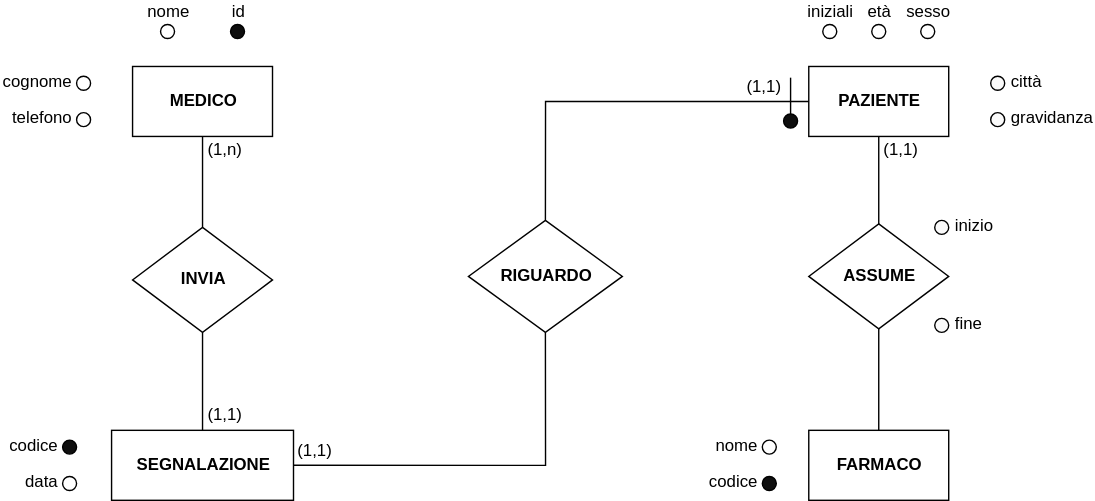
Above: schematics/er-diagram.svg in MatteoCarnelos/DB-SEA (draw.io), before the change. Source tidied: cells renumbered, new cells last; positions are measured from the earlier drawing's top-left corner, leaving out a move shared by most shapes.
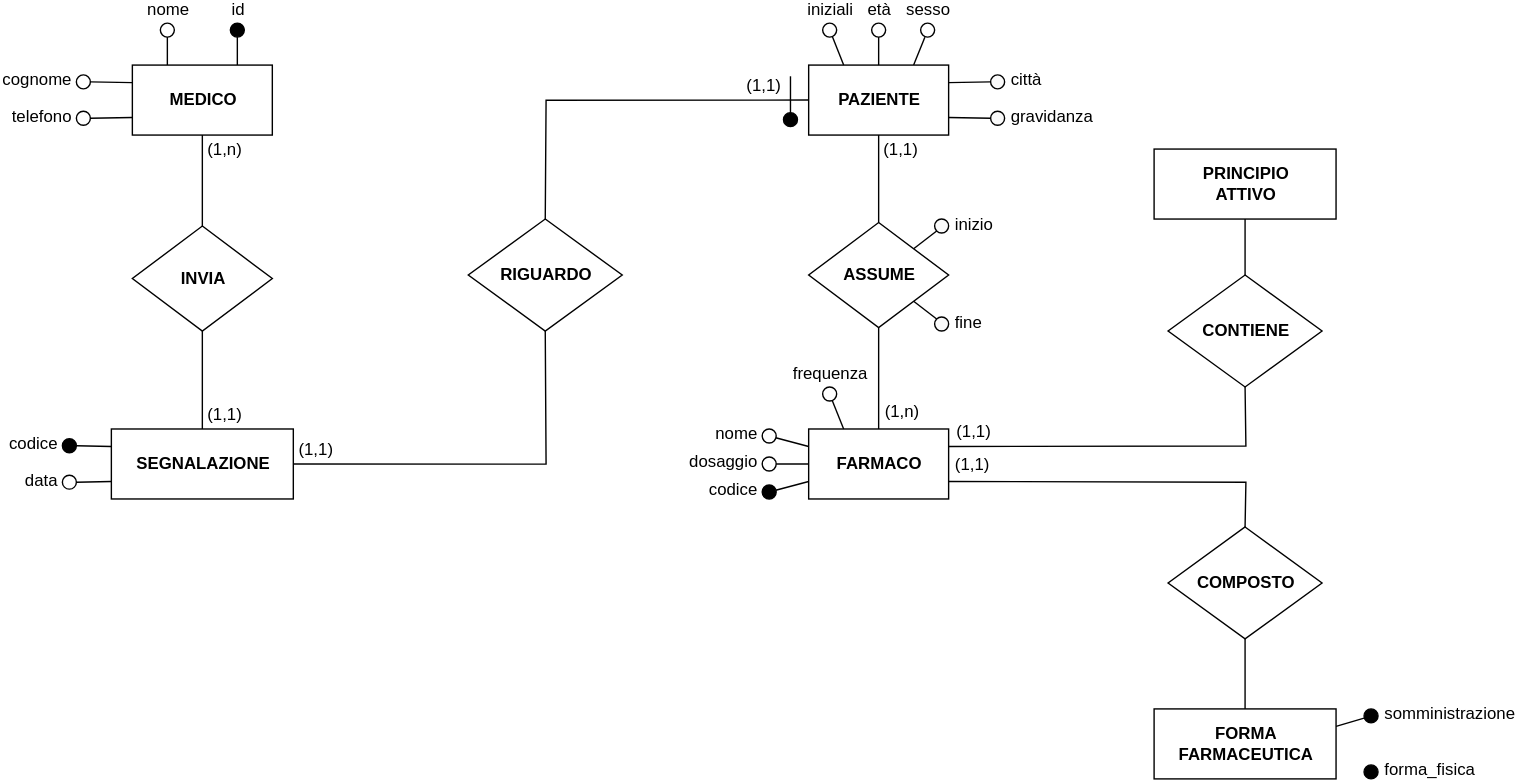
Later version of the same file.

The edit, as a diff of the source:
```diff
@@ -2,10 +2,22 @@
   <root>
     <mxCell id="0" />
     <mxCell id="1" parent="0" />
+    <mxCell id="37" style="rounded=0;comic=0;jumpStyle=none;jumpSize=6;jettySize=auto;html=1;exitX=0.75;exitY=0;exitDx=0;exitDy=0;entryX=0.5;entryY=1;entryDx=0;entryDy=0;endArrow=none;endFill=0;" parent="1" edge="1" source="2" target="3">
+      <mxGeometry relative="1" as="geometry" />
+    </mxCell>
+    <mxCell id="38" style="edgeStyle=none;rounded=0;comic=0;jumpStyle=none;jumpSize=6;jettySize=auto;html=1;exitX=0.25;exitY=0;exitDx=0;exitDy=0;entryX=0.5;entryY=1;entryDx=0;entryDy=0;endArrow=none;endFill=0;" parent="1" edge="1" source="2" target="4">
+      <mxGeometry relative="1" as="geometry" />
+    </mxCell>
+    <mxCell id="39" style="edgeStyle=none;rounded=0;comic=0;jumpStyle=none;jumpSize=6;jettySize=auto;html=1;exitX=0;exitY=0.25;exitDx=0;exitDy=0;entryX=1;entryY=0.5;entryDx=0;entryDy=0;endArrow=none;endFill=0;" parent="1" edge="1" source="2" target="5">
+      <mxGeometry relative="1" as="geometry" />
+    </mxCell>
+    <mxCell id="40" style="edgeStyle=none;rounded=0;comic=0;jumpStyle=none;jumpSize=6;jettySize=auto;html=1;exitX=0;exitY=0.75;exitDx=0;exitDy=0;entryX=1;entryY=0.5;entryDx=0;entryDy=0;endArrow=none;endFill=0;" parent="1" edge="1" source="2" target="6">
+      <mxGeometry relative="1" as="geometry" />
+    </mxCell>
     <mxCell id="2" value="&lt;b&gt;MEDICO&lt;br&gt;&lt;/b&gt;" style="whiteSpace=wrap;html=1;align=center;" parent="1" vertex="1">
       <mxGeometry x="50" y="30" width="100" height="50" as="geometry" />
     </mxCell>
-    <mxCell id="3" value="id" style="ellipse;whiteSpace=wrap;html=1;fillColor=#0D0D0D;labelPosition=center;verticalLabelPosition=top;align=center;verticalAlign=bottom;" parent="1" vertex="1">
+    <mxCell id="3" value="id" style="ellipse;whiteSpace=wrap;html=1;fillColor=#000000;labelPosition=center;verticalLabelPosition=top;align=center;verticalAlign=bottom;" parent="1" vertex="1">
       <mxGeometry x="120" width="10" height="10" as="geometry" />
     </mxCell>
     <mxCell id="4" value="nome" style="ellipse;whiteSpace=wrap;html=1;fillColor=#ffffff;labelPosition=center;verticalLabelPosition=top;align=center;verticalAlign=bottom;spacing=2;" parent="1" vertex="1">
@@ -17,7 +29,7 @@
     <mxCell id="6" value="telefono" style="ellipse;whiteSpace=wrap;html=1;fillColor=#ffffff;textDirection=ltr;align=right;labelPosition=left;verticalLabelPosition=middle;verticalAlign=middle;spacing=5;spacingBottom=2;" parent="1" vertex="1">
       <mxGeometry x="10" y="63" width="10" height="10" as="geometry" />
     </mxCell>
-    <mxCell id="7" style="edgeStyle=orthogonalEdgeStyle;rounded=0;jettySize=auto;html=1;exitX=0.5;exitY=0;exitDx=0;exitDy=0;entryX=0.5;entryY=1;entryDx=0;entryDy=0;endArrow=none;endFill=0;spacing=2;spacingTop=0;labelPosition=center;verticalLabelPosition=middle;align=center;verticalAlign=middle;" parent="1" edge="1" source="11" target="2">
+    <mxCell id="7" style="rounded=0;jettySize=auto;html=1;exitX=0.5;exitY=0;exitDx=0;exitDy=0;entryX=0.5;entryY=1;entryDx=0;entryDy=0;endArrow=none;endFill=0;spacing=2;spacingTop=0;labelPosition=center;verticalLabelPosition=middle;align=center;verticalAlign=middle;edgeStyle=orthogonalEdgeStyle;" parent="1" edge="1" source="11" target="2">
       <mxGeometry relative="1" as="geometry" />
     </mxCell>
     <mxCell id="8" value="(1,n)" style="text;html=1;align=left;verticalAlign=middle;labelBackgroundColor=#ffffff;labelPosition=right;verticalLabelPosition=middle;horizontal=1;spacingRight=0;spacing=4;" parent="7" vertex="1">
@@ -44,10 +56,16 @@
         <mxPoint x="-42.6" y="-2" as="offset" />
       </mxGeometry>
     </mxCell>
+    <mxCell id="41" style="rounded=0;comic=0;jumpStyle=none;jumpSize=6;jettySize=auto;html=1;exitX=0;exitY=0.25;exitDx=0;exitDy=0;entryX=1;entryY=0.5;entryDx=0;entryDy=0;endArrow=none;endFill=0;" parent="1" edge="1" source="14" target="15">
+      <mxGeometry relative="1" as="geometry" />
+    </mxCell>
+    <mxCell id="42" style="edgeStyle=none;rounded=0;comic=0;jumpStyle=none;jumpSize=6;jettySize=auto;html=1;exitX=0;exitY=0.75;exitDx=0;exitDy=0;entryX=1;entryY=0.5;entryDx=0;entryDy=0;endArrow=none;endFill=0;" parent="1" edge="1" source="14" target="16">
+      <mxGeometry relative="1" as="geometry" />
+    </mxCell>
     <mxCell id="14" value="&lt;b&gt;SEGNALAZIONE&lt;br&gt;&lt;/b&gt;" style="whiteSpace=wrap;html=1;align=center;" parent="1" vertex="1">
       <mxGeometry x="35" y="290" width="130" height="50" as="geometry" />
     </mxCell>
-    <mxCell id="15" value="codice" style="ellipse;whiteSpace=wrap;html=1;fillColor=#0F0F0F;textDirection=ltr;align=right;labelPosition=left;verticalLabelPosition=middle;verticalAlign=middle;spacing=5;spacingBottom=2;" parent="1" vertex="1">
+    <mxCell id="15" value="codice" style="ellipse;whiteSpace=wrap;html=1;fillColor=#000000;textDirection=ltr;align=right;labelPosition=left;verticalLabelPosition=middle;verticalAlign=middle;spacing=5;spacingBottom=2;" parent="1" vertex="1">
       <mxGeometry y="297" width="10" height="10" as="geometry" />
     </mxCell>
     <mxCell id="16" value="data" style="ellipse;whiteSpace=wrap;html=1;fillColor=#ffffff;textDirection=ltr;align=right;labelPosition=left;verticalLabelPosition=middle;verticalAlign=middle;spacing=5;spacingBottom=2;" parent="1" vertex="1">
@@ -64,6 +82,9 @@
     <mxCell id="19" value="RIGUARDO" style="rhombus;whiteSpace=wrap;html=1;fillColor=#ffffff;fontStyle=1;" parent="1" vertex="1">
       <mxGeometry x="290" y="140" width="110" height="80" as="geometry" />
     </mxCell>
+    <mxCell id="43" style="edgeStyle=none;rounded=0;comic=0;jumpStyle=none;jumpSize=6;jettySize=auto;html=1;exitX=0.75;exitY=0;exitDx=0;exitDy=0;entryX=0.302;entryY=1.013;entryDx=0;entryDy=0;endArrow=none;endFill=0;entryPerimeter=0;" parent="1" edge="1" source="20" target="24">
+      <mxGeometry relative="1" as="geometry" />
+    </mxCell>
     <mxCell id="20" value="&lt;b&gt;PAZIENTE&lt;/b&gt;" style="rounded=0;whiteSpace=wrap;html=1;fillColor=#ffffff;" parent="1" vertex="1">
       <mxGeometry x="533.2" y="30" width="100" height="50" as="geometry" />
     </mxCell>
@@ -72,21 +93,33 @@
         <mxPoint x="520.2" y="38" as="targetPoint" />
       </mxGeometry>
     </mxCell>
-    <mxCell id="22" style="ellipse;whiteSpace=wrap;html=1;fillColor=#0D0D0D;" parent="1" vertex="1">
+    <mxCell id="22" style="ellipse;whiteSpace=wrap;html=1;fillColor=#000000;" parent="1" vertex="1">
       <mxGeometry x="515.2" y="64" width="10" height="10" as="geometry" />
     </mxCell>
+    <mxCell id="44" style="edgeStyle=none;rounded=0;comic=0;jumpStyle=none;jumpSize=6;jettySize=auto;html=1;exitX=0.698;exitY=0.972;exitDx=0;exitDy=0;entryX=0.25;entryY=0;entryDx=0;entryDy=0;endArrow=none;endFill=0;exitPerimeter=0;" parent="1" edge="1" source="23" target="20">
+      <mxGeometry relative="1" as="geometry" />
+    </mxCell>
     <mxCell id="23" value="iniziali" style="ellipse;whiteSpace=wrap;html=1;fillColor=#ffffff;labelPosition=center;verticalLabelPosition=top;align=center;verticalAlign=bottom;spacing=2;" parent="1" vertex="1">
       <mxGeometry x="543.2" width="10" height="10" as="geometry" />
     </mxCell>
     <mxCell id="24" value="sesso" style="ellipse;whiteSpace=wrap;html=1;fillColor=#ffffff;labelPosition=center;verticalLabelPosition=top;align=center;verticalAlign=bottom;spacing=2;" parent="1" vertex="1">
       <mxGeometry x="613.2" width="10" height="10" as="geometry" />
     </mxCell>
+    <mxCell id="45" style="edgeStyle=none;rounded=0;comic=0;jumpStyle=none;jumpSize=6;jettySize=auto;html=1;exitX=0;exitY=0.5;exitDx=0;exitDy=0;entryX=1;entryY=0.25;entryDx=0;entryDy=0;endArrow=none;endFill=0;" parent="1" edge="1" source="25" target="20">
+      <mxGeometry relative="1" as="geometry" />
+    </mxCell>
     <mxCell id="25" value="città" style="ellipse;whiteSpace=wrap;html=1;fillColor=#FAFAFA;labelPosition=right;verticalLabelPosition=middle;align=left;verticalAlign=middle;spacing=5;spacingBottom=2;" parent="1" vertex="1">
       <mxGeometry x="663.2" y="37" width="10" height="10" as="geometry" />
     </mxCell>
+    <mxCell id="46" style="edgeStyle=none;rounded=0;comic=0;jumpStyle=none;jumpSize=6;jettySize=auto;html=1;exitX=0;exitY=0.5;exitDx=0;exitDy=0;entryX=1;entryY=0.75;entryDx=0;entryDy=0;endArrow=none;endFill=0;" parent="1" edge="1" source="26" target="20">
+      <mxGeometry relative="1" as="geometry" />
+    </mxCell>
     <mxCell id="26" value="gravidanza" style="ellipse;whiteSpace=wrap;html=1;fillColor=#FAFAFA;spacingBottom=2;labelPosition=right;verticalLabelPosition=middle;align=left;verticalAlign=middle;spacing=5;" parent="1" vertex="1">
       <mxGeometry x="663.2" y="63" width="10" height="10" as="geometry" />
     </mxCell>
+    <mxCell id="47" style="edgeStyle=none;rounded=0;comic=0;jumpStyle=none;jumpSize=6;jettySize=auto;html=1;exitX=0.5;exitY=1;exitDx=0;exitDy=0;entryX=0.5;entryY=0;entryDx=0;entryDy=0;endArrow=none;endFill=0;" parent="1" edge="1" source="27" target="20">
+      <mxGeometry relative="1" as="geometry" />
+    </mxCell>
     <mxCell id="27" value="età" style="ellipse;whiteSpace=wrap;html=1;fillColor=#ffffff;labelPosition=center;verticalLabelPosition=top;align=center;verticalAlign=bottom;spacing=2;" parent="1" vertex="1">
       <mxGeometry x="578.2" width="10" height="10" as="geometry" />
     </mxCell>
@@ -101,6 +134,15 @@
     <mxCell id="30" style="edgeStyle=orthogonalEdgeStyle;rounded=0;jettySize=auto;html=1;exitX=0.5;exitY=1;exitDx=0;exitDy=0;entryX=0.5;entryY=0;entryDx=0;entryDy=0;endArrow=none;endFill=0;" parent="1" edge="1" source="31" target="34">
       <mxGeometry relative="1" as="geometry" />
     </mxCell>
+    <mxCell id="48" value="(1,n)" style="text;html=1;align=left;verticalAlign=middle;labelBackgroundColor=#ffffff;labelPosition=right;verticalLabelPosition=middle;spacing=4;" parent="30" vertex="1">
+      <mxGeometry x="0.65" y="1" relative="1" as="geometry" />
+    </mxCell>
+    <mxCell id="49" style="edgeStyle=none;rounded=0;comic=0;jumpStyle=none;jumpSize=6;jettySize=auto;html=1;exitX=1;exitY=0;exitDx=0;exitDy=0;entryX=0;entryY=1;entryDx=0;entryDy=0;endArrow=none;endFill=0;" parent="1" edge="1" source="31" target="32">
+      <mxGeometry relative="1" as="geometry" />
+    </mxCell>
+    <mxCell id="50" style="edgeStyle=none;rounded=0;comic=0;jumpStyle=none;jumpSize=6;jettySize=auto;html=1;exitX=1;exitY=1;exitDx=0;exitDy=0;entryX=0;entryY=0;entryDx=0;entryDy=0;endArrow=none;endFill=0;" parent="1" edge="1" source="31" target="33">
+      <mxGeometry relative="1" as="geometry" />
+    </mxCell>
     <mxCell id="31" value="&lt;b&gt;ASSUME&lt;/b&gt;" style="rhombus;whiteSpace=wrap;html=1;" parent="1" vertex="1">
       <mxGeometry x="533.2" y="142.5" width="100" height="75" as="geometry" />
     </mxCell>
@@ -110,14 +152,75 @@
     <mxCell id="33" value="fine" style="ellipse;whiteSpace=wrap;html=1;fillColor=#FAFAFA;labelPosition=right;verticalLabelPosition=middle;align=left;verticalAlign=middle;spacing=5;spacingBottom=2;" parent="1" vertex="1">
       <mxGeometry x="623.2" y="210" width="10" height="10" as="geometry" />
     </mxCell>
+    <mxCell id="51" style="edgeStyle=orthogonalEdgeStyle;rounded=0;comic=0;jumpStyle=none;jumpSize=6;jettySize=auto;html=1;exitX=1;exitY=0.25;exitDx=0;exitDy=0;entryX=0.5;entryY=1;entryDx=0;entryDy=0;endArrow=none;endFill=0;" parent="1" edge="1" source="34" target="63">
+      <mxGeometry relative="1" as="geometry" />
+    </mxCell>
+    <mxCell id="52" value="(1,1)" style="text;html=1;align=center;verticalAlign=bottom;labelBackgroundColor=#ffffff;labelPosition=center;verticalLabelPosition=top;spacing=4;" parent="51" vertex="1">
+      <mxGeometry x="-0.75" y="-2" relative="1" as="geometry">
+        <mxPoint x="-14.6" y="-2.5" as="offset" />
+      </mxGeometry>
+    </mxCell>
+    <mxCell id="53" style="edgeStyle=orthogonalEdgeStyle;rounded=0;comic=0;jumpStyle=none;jumpSize=6;jettySize=auto;html=1;exitX=1;exitY=0.75;exitDx=0;exitDy=0;entryX=0.5;entryY=0;entryDx=0;entryDy=0;endArrow=none;endFill=0;" parent="1" edge="1" source="34" target="66">
+      <mxGeometry relative="1" as="geometry" />
+    </mxCell>
+    <mxCell id="54" value="(1,1)" style="text;html=1;align=center;verticalAlign=top;labelBackgroundColor=#ffffff;labelPosition=center;verticalLabelPosition=bottom;spacing=4;" parent="53" vertex="1">
+      <mxGeometry x="-0.7" y="1" relative="1" as="geometry">
+        <mxPoint x="-20.3" y="-26.5" as="offset" />
+      </mxGeometry>
+    </mxCell>
     <mxCell id="34" value="&lt;b&gt;FARMACO&lt;br&gt;&lt;/b&gt;" style="rounded=0;whiteSpace=wrap;html=1;fillColor=#ffffff;" parent="1" vertex="1">
       <mxGeometry x="533.2" y="290" width="100" height="50" as="geometry" />
     </mxCell>
+    <mxCell id="55" style="edgeStyle=none;rounded=0;comic=0;jumpStyle=none;jumpSize=6;jettySize=auto;html=1;exitX=0.967;exitY=0.374;exitDx=0;exitDy=0;entryX=0;entryY=0.75;entryDx=0;entryDy=0;endArrow=none;endFill=0;exitPerimeter=0;" parent="1" edge="1" source="35" target="34">
+      <mxGeometry relative="1" as="geometry" />
+    </mxCell>
-    <mxCell id="35" value="codice" style="ellipse;whiteSpace=wrap;html=1;fillColor=#0F0F0F;textDirection=ltr;align=right;labelPosition=left;verticalLabelPosition=middle;verticalAlign=middle;spacing=5;spacingBottom=2;" parent="1" vertex="1">
-      <mxGeometry x="500" y="323" width="10" height="10" as="geometry" />
+    <mxCell id="35" value="codice" style="ellipse;whiteSpace=wrap;html=1;fillColor=#000000;textDirection=ltr;align=right;labelPosition=left;verticalLabelPosition=middle;verticalAlign=middle;spacing=5;spacingBottom=2;" parent="1" vertex="1">
+      <mxGeometry x="500" y="330" width="10" height="10" as="geometry" />
     </mxCell>
+    <mxCell id="56" style="edgeStyle=none;rounded=0;comic=0;jumpStyle=none;jumpSize=6;jettySize=auto;html=1;exitX=0.967;exitY=0.626;exitDx=0;exitDy=0;entryX=0;entryY=0.25;entryDx=0;entryDy=0;endArrow=none;endFill=0;exitPerimeter=0;" parent="1" edge="1" source="36" target="34">
+      <mxGeometry relative="1" as="geometry" />
+    </mxCell>
     <mxCell id="36" value="nome" style="ellipse;whiteSpace=wrap;html=1;fillColor=#FFFFFF;textDirection=ltr;align=right;labelPosition=left;verticalLabelPosition=middle;verticalAlign=middle;spacing=5;spacingBottom=2;" parent="1" vertex="1">
-      <mxGeometry x="500" y="297" width="10" height="10" as="geometry" />
+      <mxGeometry x="500" y="290" width="10" height="10" as="geometry" />
     </mxCell>
+    <mxCell id="57" style="edgeStyle=none;rounded=0;comic=0;jumpStyle=none;jumpSize=6;jettySize=auto;html=1;exitX=1;exitY=0.5;exitDx=0;exitDy=0;entryX=0;entryY=0.5;entryDx=0;entryDy=0;endArrow=none;endFill=0;" parent="1" edge="1" source="58" target="34">
+      <mxGeometry relative="1" as="geometry" />
+    </mxCell>
+    <mxCell id="58" value="dosaggio" style="ellipse;whiteSpace=wrap;html=1;fillColor=#FFFFFF;textDirection=ltr;align=right;labelPosition=left;verticalLabelPosition=middle;verticalAlign=middle;spacing=5;spacingBottom=2;" parent="1" vertex="1">
+      <mxGeometry x="500" y="310" width="10" height="10" as="geometry" />
+    </mxCell>
+    <mxCell id="59" style="edgeStyle=none;rounded=0;comic=0;jumpStyle=none;jumpSize=6;jettySize=auto;html=1;exitX=0.683;exitY=0.959;exitDx=0;exitDy=0;entryX=0.25;entryY=0;entryDx=0;entryDy=0;endArrow=none;endFill=0;exitPerimeter=0;" parent="1" edge="1" source="60" target="34">
+      <mxGeometry relative="1" as="geometry" />
+    </mxCell>
+    <mxCell id="60" value="frequenza" style="ellipse;whiteSpace=wrap;html=1;fillColor=#ffffff;labelPosition=center;verticalLabelPosition=top;align=center;verticalAlign=bottom;spacing=2;" parent="1" vertex="1">
+      <mxGeometry x="543.2" y="260" width="10" height="10" as="geometry" />
+    </mxCell>
+    <mxCell id="61" value="&lt;b&gt;PRINCIPIO&lt;br&gt;ATTIVO&lt;br&gt;&lt;/b&gt;" style="whiteSpace=wrap;html=1;align=center;" parent="1" vertex="1">
+      <mxGeometry x="780" y="90" width="130" height="50" as="geometry" />
+    </mxCell>
+    <mxCell id="62" style="edgeStyle=orthogonalEdgeStyle;rounded=0;comic=0;jumpStyle=none;jumpSize=6;jettySize=auto;html=1;exitX=0.5;exitY=0;exitDx=0;exitDy=0;entryX=0.5;entryY=1;entryDx=0;entryDy=0;endArrow=none;endFill=0;" parent="1" edge="1" source="63" target="61">
+      <mxGeometry relative="1" as="geometry" />
+    </mxCell>
+    <mxCell id="63" value="CONTIENE" style="rhombus;whiteSpace=wrap;html=1;fillColor=#ffffff;fontStyle=1;" parent="1" vertex="1">
+      <mxGeometry x="790" y="180" width="110" height="80" as="geometry" />
+    </mxCell>
+    <mxCell id="64" style="edgeStyle=orthogonalEdgeStyle;rounded=0;comic=0;jumpStyle=none;jumpSize=6;jettySize=auto;html=1;exitX=0.5;exitY=0;exitDx=0;exitDy=0;entryX=0.5;entryY=1;entryDx=0;entryDy=0;endArrow=none;endFill=0;" parent="1" edge="1" source="65" target="66">
+      <mxGeometry relative="1" as="geometry" />
+    </mxCell>
+    <mxCell id="65" value="&lt;b&gt;FORMA&lt;br&gt;FARMACEUTICA&lt;br&gt;&lt;/b&gt;" style="whiteSpace=wrap;html=1;align=center;" parent="1" vertex="1">
+      <mxGeometry x="780" y="490" width="130" height="50" as="geometry" />
+    </mxCell>
+    <mxCell id="66" value="COMPOSTO" style="rhombus;whiteSpace=wrap;html=1;fillColor=#ffffff;fontStyle=1;" parent="1" vertex="1">
+      <mxGeometry x="790" y="360" width="110" height="80" as="geometry" />
+    </mxCell>
+    <mxCell id="67" style="edgeStyle=none;rounded=0;comic=0;jumpStyle=none;jumpSize=6;jettySize=auto;html=1;exitX=0.005;exitY=0.663;exitDx=0;exitDy=0;entryX=1;entryY=0.25;entryDx=0;entryDy=0;endArrow=none;endFill=0;exitPerimeter=0;" parent="1" edge="1" source="68" target="65">
+      <mxGeometry relative="1" as="geometry" />
+    </mxCell>
+    <mxCell id="68" value="somministrazione" style="ellipse;whiteSpace=wrap;html=1;fillColor=#000000;labelPosition=right;verticalLabelPosition=middle;align=left;verticalAlign=middle;spacing=5;spacingBottom=2;" parent="1" vertex="1">
+      <mxGeometry x="930" y="490" width="10" height="10" as="geometry" />
+    </mxCell>
+    <mxCell id="69" value="forma_fisica" style="ellipse;whiteSpace=wrap;html=1;fillColor=#000000;labelPosition=right;verticalLabelPosition=middle;align=left;verticalAlign=middle;spacing=5;spacingBottom=2;" parent="1" vertex="1">
+      <mxGeometry x="930" y="530" width="10" height="10" as="geometry" />
+    </mxCell>
   </root>
 </mxGraphModel>
```
